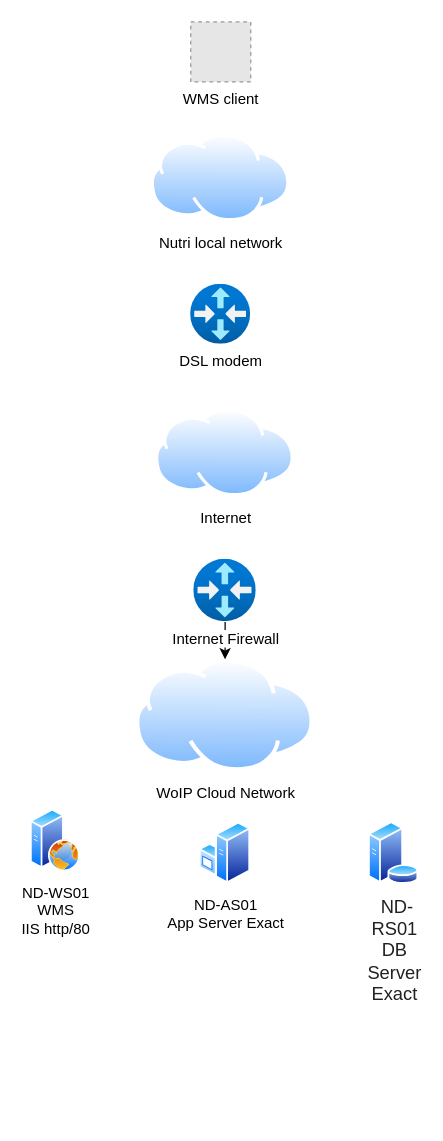
This is Untitled Diagram.drawio from OfficeUnlimited/NutriNetwork, a draw.io file, before an edit. Source tidied: cells renumbered, new cells numbered last; positions are measured from the earlier drawing's top-left corner, leaving out a move shared by most shapes. Both pictures are drawn from the tidied source at 125%, with x=0, y=0 at pixel (30, 21). Pictures stored in the file or linked from it are replaced by grey dashed boxes.
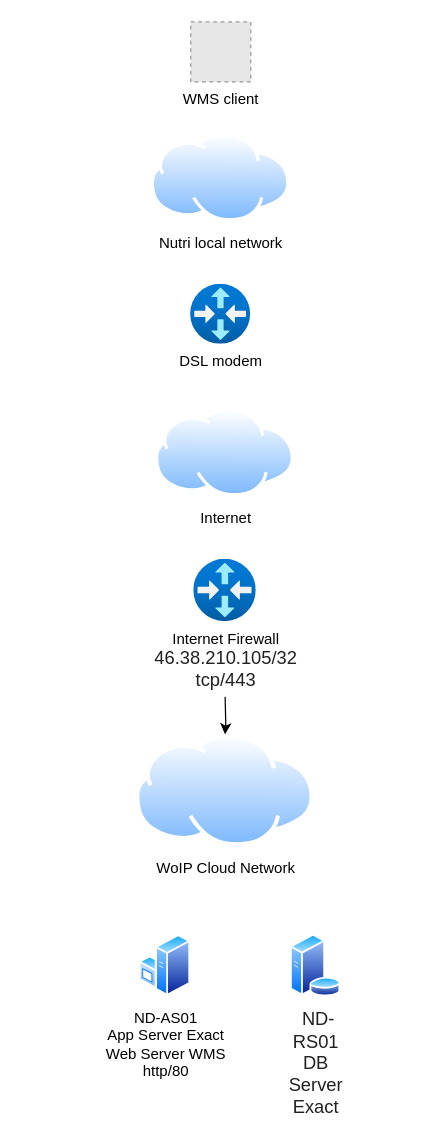
Above is the later version.

Change to the diagram source:
```diff
@@
 <mxGraphModel>
   <root>
     <mxCell id="0" />
     <mxCell id="1" parent="0" />
     <mxCell id="2" value="WoIP Cloud Network" style="image;perimeter=ellipsePerimeter;html=1;align=center;shadow=0;dashed=0;spacingTop=3;image=img/lib/active_directory/internet_cloud.svg;" parent="1" vertex="1">
-      <mxGeometry x="84.1" y="510" width="142.9" height="90" as="geometry" />
+      <mxGeometry x="84.1" y="570" width="142.9" height="90" as="geometry" />
     </mxCell>
     <mxCell id="3" value="Nutri local network" style="image;perimeter=ellipsePerimeter;html=1;align=center;shadow=0;dashed=0;spacingTop=3;image=img/lib/active_directory/internet_cloud.svg;" parent="1" vertex="1">
       <mxGeometry x="96.5" y="90" width="111.1" height="70" as="geometry" />
     </mxCell>
-    <mxCell id="4" style="edgeStyle=orthogonalEdgeStyle;rounded=0;jettySize=auto;html=1;" parent="1" edge="1" source="5" target="2">
-      <mxGeometry relative="1" as="geometry" />
+    <mxCell id="4" style="edgeStyle=orthogonalEdgeStyle;rounded=0;jettySize=auto;html=1;" parent="1" edge="1" target="2">
+      <mxGeometry relative="1" as="geometry">
+        <mxPoint x="155.6" y="540" as="sourcePoint" />
+      </mxGeometry>
     </mxCell>
-    <mxCell id="5" value="Internet Firewall" style="image;html=1;points=[];align=center;fontSize=12;image=img/lib/azure2/networking/Virtual_Router.svg;" parent="1" vertex="1">
+    <mxCell id="5" value="Internet Firewall&lt;div&gt;&lt;span style=&quot;color: rgb(33, 33, 33); font-family: Calibri, sans-serif, serif, EmojiFont; font-size: 14.6667px; text-align: start; text-wrap: wrap;&quot;&gt;46.38.210.105/32 tcp/443&lt;/span&gt;&lt;br&gt;&lt;/div&gt;" style="image;html=1;points=[];align=center;fontSize=12;image=img/lib/azure2/networking/Virtual_Router.svg;" parent="1" vertex="1">
       <mxGeometry x="130.6" y="430" width="50" height="50" as="geometry" />
     </mxCell>
     <mxCell id="6" value="&lt;span style=&quot;color: rgb(33, 33, 33); font-family: Calibri, sans-serif, serif, EmojiFont; font-size: 14.6667px; text-align: start; text-wrap: wrap;&quot;&gt;&amp;nbsp;ND-RS01&lt;/span&gt;&lt;div&gt;&lt;span style=&quot;color: rgb(33, 33, 33); font-family: Calibri, sans-serif, serif, EmojiFont; font-size: 14.6667px; text-align: start; text-wrap: wrap;&quot;&gt;DB Server Exact&lt;/span&gt;&lt;/div&gt;" style="image;perimeter=ellipsePerimeter;html=1;align=center;shadow=0;dashed=0;spacingTop=3;image=img/lib/active_directory/database_server.svg;" parent="1" vertex="1">
-      <mxGeometry x="270" y="640" width="41" height="50" as="geometry" />
+      <mxGeometry x="207.6" y="730" width="41" height="50" as="geometry" />
     </mxCell>
-    <mxCell id="7" value="ND-AS01&lt;div&gt;App Server Exact&lt;/div&gt;" style="image;perimeter=ellipsePerimeter;html=1;align=center;shadow=0;dashed=0;spacingTop=3;image=img/lib/active_directory/windows_server.svg;" parent="1" vertex="1">
-      <mxGeometry x="135.1" y="640" width="41" height="50" as="geometry" />
+    <mxCell id="7" value="ND-AS01&lt;div&gt;App Server Exact&lt;/div&gt;&lt;div&gt;Web Server WMS&lt;/div&gt;&lt;div&gt;http/80&lt;/div&gt;" style="image;perimeter=ellipsePerimeter;html=1;align=center;shadow=0;dashed=0;spacingTop=3;image=img/lib/active_directory/windows_server.svg;" parent="1" vertex="1">
+      <mxGeometry x="87.1" y="730" width="41" height="50" as="geometry" />
     </mxCell>
-    <mxCell id="8" value="ND-WS01&lt;div&gt;WMS&lt;/div&gt;&lt;div&gt;IIS http/80&lt;/div&gt;" style="image;perimeter=ellipsePerimeter;html=1;align=center;shadow=0;dashed=0;spacingTop=3;image=img/lib/active_directory/web_server.svg;" parent="1" vertex="1">
-      <mxGeometry y="630" width="40" height="50" as="geometry" />
-    </mxCell>
     <mxCell id="9" value="WMS client" style="fillColor=#E6E6E6;strokeColor=#999999;dashed=1;html=1;verticalAlign=top;verticalLabelPosition=bottom;labelBackgroundColor=#ffffff;" parent="1" vertex="1">
       <mxGeometry x="128.1" width="48" height="48" as="geometry" />
     </mxCell>
     <mxCell id="10" value="DSL modem" style="image;html=1;align=center;fontSize=12;image=img/lib/azure2/networking/Virtual_Router.svg;" parent="1" vertex="1">
       <mxGeometry x="128.1" y="210" width="48" height="48" as="geometry" />
     </mxCell>
     <mxCell id="11" value="Internet" style="image;perimeter=ellipsePerimeter;html=1;align=center;shadow=0;dashed=0;spacingTop=3;image=img/lib/active_directory/internet_cloud.svg;" parent="1" vertex="1">
       <mxGeometry x="100" y="310" width="111.1" height="70" as="geometry" />
     </mxCell>
   </root>
 </mxGraphModel>
```
